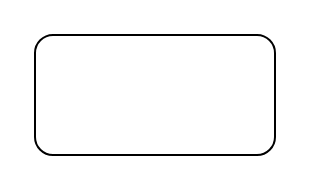
Earlier version of the draw.io diagram Untitled Diagram.drawio (moX-xsm/drawio). Source tidied: cells renumbered, new cells numbered last; positions are measured from the earlier drawing's top-left corner, leaving out a move shared by most shapes. Both pictures are drawn from the tidied source at 200%, with x=0, y=0 at pixel (34, 34).
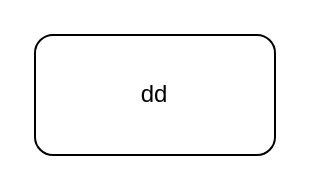
The same page after the edit.

Diff of the diagram source:
```diff
@@
 <mxGraphModel>
   <root>
     <mxCell id="0" />
     <mxCell id="1" parent="0" />
-    <mxCell id="2" style="rounded=1;whiteSpace=wrap;html=1;" parent="1" vertex="1">
+    <mxCell id="2" value="dd&lt;br&gt;" style="rounded=1;whiteSpace=wrap;html=1;" parent="1" vertex="1">
       <mxGeometry width="120" height="60" as="geometry" />
     </mxCell>
   </root>
 </mxGraphModel>
```
